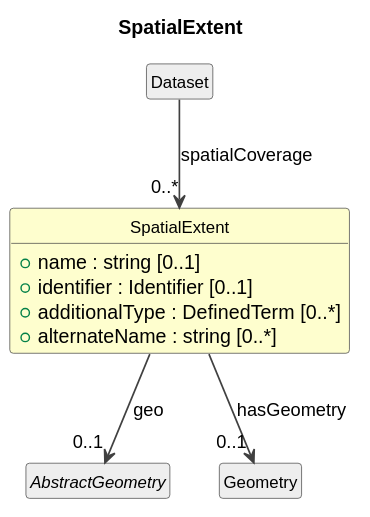
Earlier version of the PlantUML export cdif-uml-model/CDIFDiscovery/Classes/SpatialExtent.svg (Cross-Domain-Interoperability-Framework/metadataBuildingBlocks).
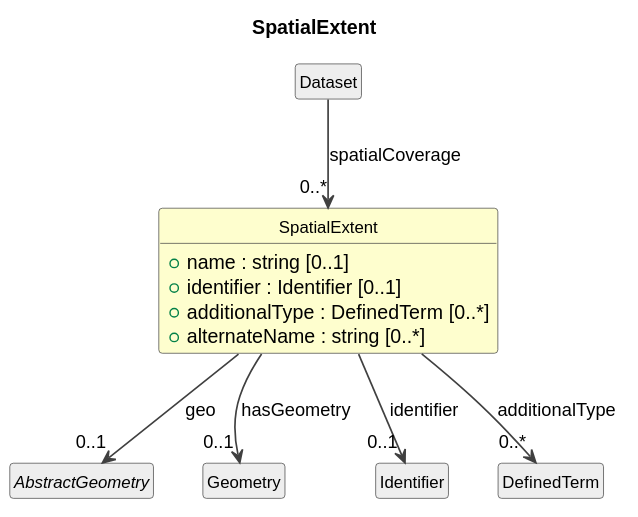
The same diagram one commit later.

What changed in the source:
```diff
@@ -22,4 +22,8 @@
 SpatialExtent --> "0..1" AbstractGeometry : geo
 class "Geometry" as Geometry #EEEEEE
 SpatialExtent --> "0..1" Geometry : hasGeometry
+class "Identifier" as Identifier #EEEEEE
+SpatialExtent --> "0..1" Identifier : identifier
+class "DefinedTerm" as DefinedTerm #EEEEEE
+SpatialExtent --> "0..*" DefinedTerm : additionalType
 @enduml
```
